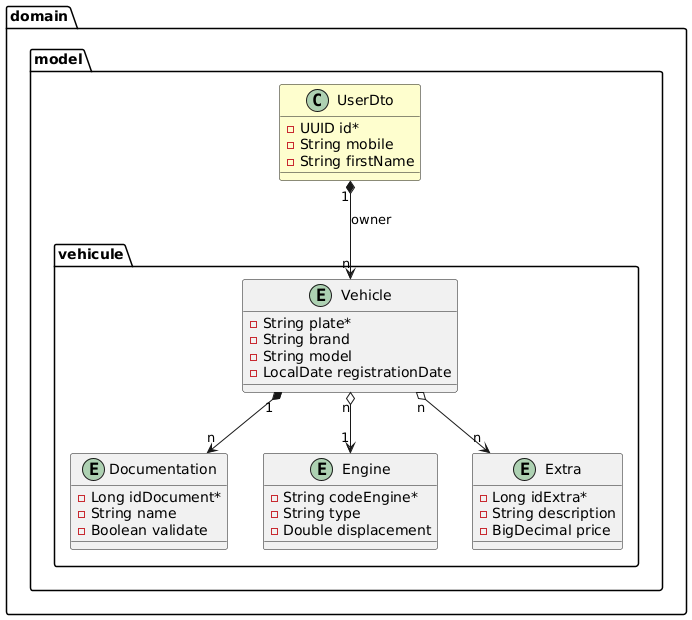
Earlier version of the PlantUML export docs/vehicle.png (miw-upm/apaw-practice).
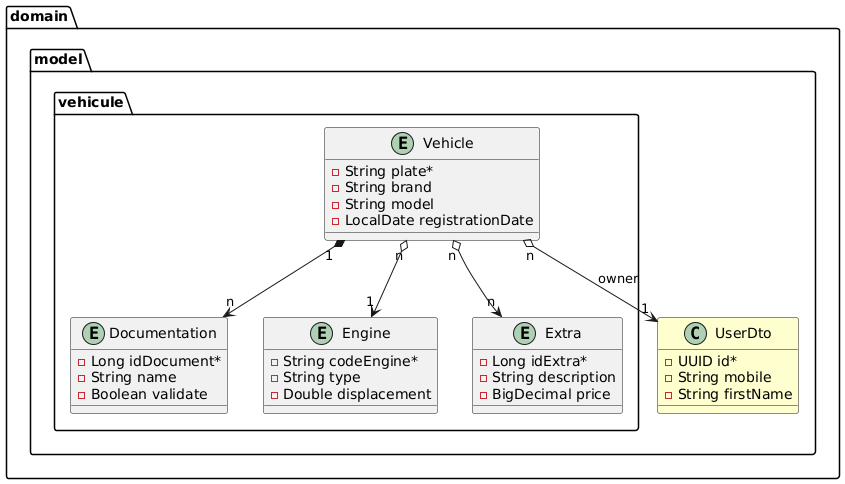
The same file after the commit.

Commit message:
Change vehicle model image #1155

Change to the diagram source:
```diff
@@ -36,7 +36,7 @@
 }
 }
 
-UserDto "1" *--> "n" Vehicle : owner
+Vehicle "n" o--> "1" UserDto : owner
 Vehicle "1" *--> "n" Documentation
 Vehicle "n" o--> "1" Engine
 Vehicle "n" o--> "n" Extra
```
